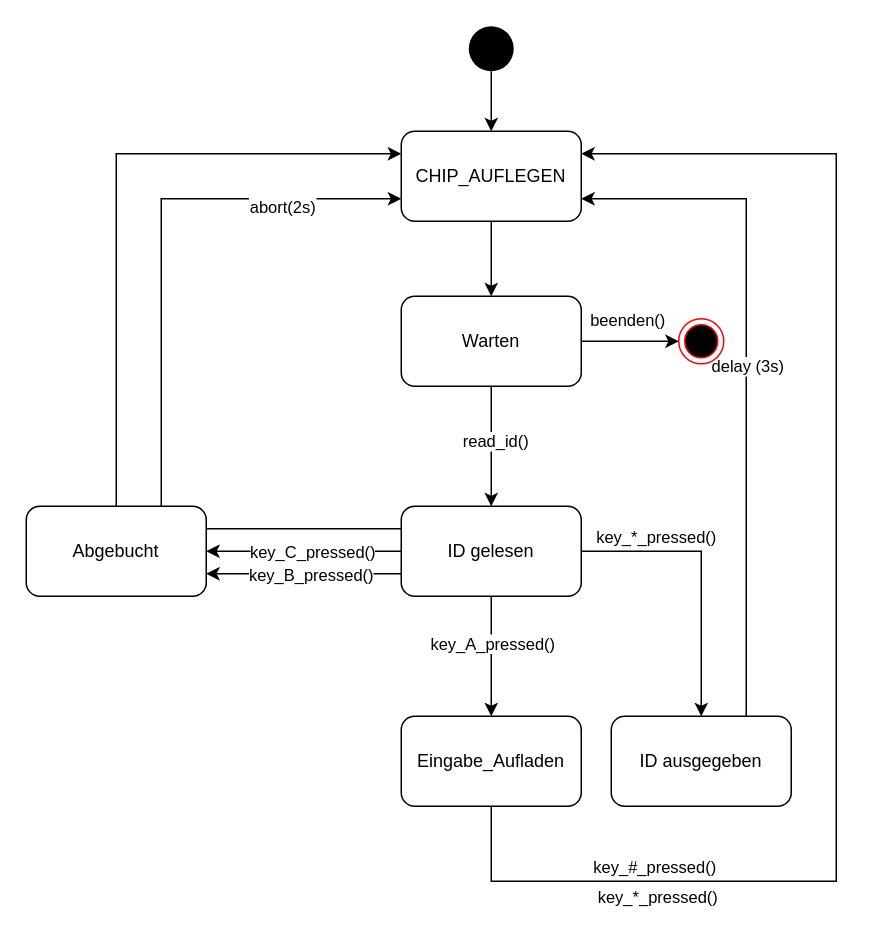
This is design/StatePattern.drawio from lukas-honold/BudeRFID, a draw.io file, before an edit. Source tidied: cells renumbered, new cells numbered last; positions are measured from the earlier drawing's top-left corner, leaving out a move shared by most shapes. Both pictures are drawn from the tidied source at 150%, with x=0, y=0 at pixel (26, 26).
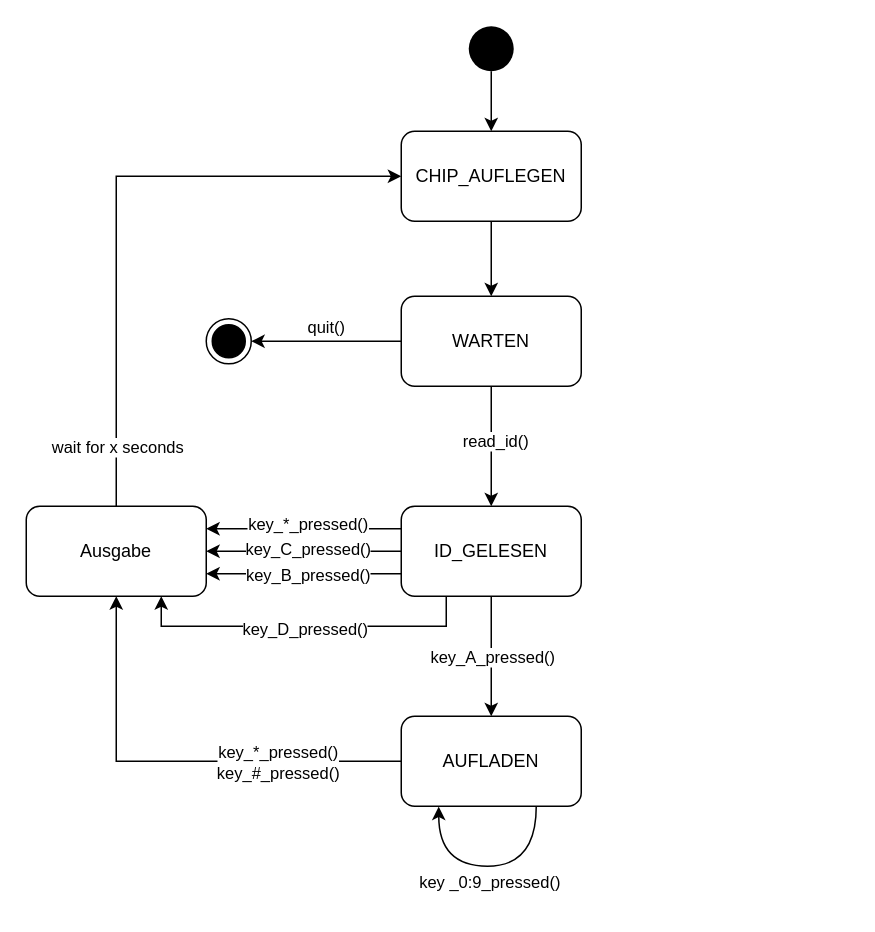
The same diagram, later.

Unchanged cells that the change refers to:
```xml
<mxCell id="11" style="edgeStyle=none;rounded=0;jettySize=auto;html=1;exitX=0.5;exitY=1;exitDx=0;exitDy=0;" parent="1" edge="1" source="19" target="22">
  <mxGeometry relative="1" as="geometry" />
</mxCell>
<mxCell id="31" value="CHIP_AUFLEGEN" style="rounded=1;whiteSpace=wrap;html=1;" parent="1" vertex="1">
  <mxGeometry x="250" y="70" width="120" height="60" as="geometry" />
</mxCell>
```

Diff of the diagram source:
```diff
@@
-    <mxCell id="4" style="edgeStyle=none;rounded=0;jettySize=auto;html=1;exitX=1;exitY=0.5;exitDx=0;exitDy=0;entryX=0.5;entryY=0;entryDx=0;entryDy=0;" parent="1" edge="1" source="19" target="25">
-      <mxGeometry relative="1" as="geometry">
-        <Array as="points">
-          <mxPoint x="450" y="350" />
-        </Array>
-      </mxGeometry>
+    <mxCell id="4" style="edgeStyle=none;rounded=0;jettySize=auto;html=1;exitX=0;exitY=0.25;exitDx=0;exitDy=0;entryX=1;entryY=0.25;entryDx=0;entryDy=0;" parent="1" edge="1" source="19" target="38">
+      <mxGeometry relative="1" as="geometry" />
     </mxCell>
     <mxCell id="5" value="key_*_pressed()" style="edgeLabel;html=1;align=center;verticalAlign=middle;" parent="4" vertex="1">
       <mxGeometry x="-0.27" y="-1" relative="1" as="geometry">
-        <mxPoint x="-19.7" y="-11" as="offset" />
+        <mxPoint x="-15.5" y="-3" as="offset" />
       </mxGeometry>
     </mxCell>
-    <mxCell id="6" style="edgeStyle=none;rounded=0;jettySize=auto;html=1;exitX=1;exitY=0.5;exitDx=0;exitDy=0;entryX=0;entryY=0.5;entryDx=0;entryDy=0;" parent="1" edge="1" source="8" target="28">
-      <mxGeometry relative="1" as="geometry">
-        <Array as="points">
-          <mxPoint x="420" y="210" />
-        </Array>
-      </mxGeometry>
+    <mxCell id="6" style="edgeStyle=none;rounded=0;jettySize=auto;html=1;exitX=0;exitY=0.5;exitDx=0;exitDy=0;entryX=1;entryY=0.5;entryDx=0;entryDy=0;" parent="1" edge="1" source="8" target="37">
+      <mxGeometry relative="1" as="geometry" />
     </mxCell>
-    <mxCell id="7" value="beenden()" style="edgeLabel;html=1;align=center;verticalAlign=middle;" parent="6" vertex="1">
+    <mxCell id="7" value="quit()" style="edgeLabel;html=1;align=center;verticalAlign=middle;" parent="6" vertex="1">
       <mxGeometry x="-0.29" y="1" relative="1" as="geometry">
-        <mxPoint x="7.1" y="-14" as="offset" />
+        <mxPoint x="-14.6" y="-11" as="offset" />
       </mxGeometry>
     </mxCell>
-    <mxCell id="8" value="Warten" style="rounded=1;whiteSpace=wrap;html=1;" parent="1" vertex="1">
+    <mxCell id="8" value="WARTEN" style="rounded=1;whiteSpace=wrap;html=1;" parent="1" vertex="1">
       <mxGeometry x="250" y="180" width="120" height="60" as="geometry" />
     </mxCell>
@@
     <mxCell id="12" value="key_A_pressed()" style="edgeLabel;html=1;align=center;verticalAlign=middle;" parent="11" vertex="1">
       <mxGeometry x="-0.23" y="1" relative="1" as="geometry">
-        <mxPoint x="-1" as="offset" />
+        <mxPoint x="-1" y="9" as="offset" />
       </mxGeometry>
     </mxCell>
-    <mxCell id="13" style="edgeStyle=none;rounded=0;jettySize=auto;html=1;exitX=0;exitY=0.25;exitDx=0;exitDy=0;entryX=0;entryY=0.75;entryDx=0;entryDy=0;" parent="1" edge="1" source="19" target="31">
+    <mxCell id="13" style="edgeStyle=none;rounded=0;jettySize=auto;html=1;exitX=0.5;exitY=0;exitDx=0;exitDy=0;entryX=0;entryY=0.5;entryDx=0;entryDy=0;" parent="1" edge="1" source="38" target="31">
       <mxGeometry relative="1" as="geometry">
         <Array as="points">
-          <mxPoint x="90" y="335" />
-          <mxPoint x="90" y="115" />
+          <mxPoint x="60" y="100" />
         </Array>
       </mxGeometry>
     </mxCell>
-    <mxCell id="14" value="abort(2s)" style="edgeLabel;html=1;align=center;verticalAlign=middle;" parent="13" vertex="1">
+    <mxCell id="14" value="wait for x seconds" style="edgeLabel;html=1;align=center;verticalAlign=middle;" parent="13" vertex="1">
       <mxGeometry x="0.22" y="2" relative="1" as="geometry">
-        <mxPoint x="82" y="-46" as="offset" />
+        <mxPoint x="-29.4" y="182" as="offset" />
       </mxGeometry>
     </mxCell>
-    <mxCell id="15" style="edgeStyle=none;rounded=0;jettySize=auto;html=1;exitX=0;exitY=0.75;exitDx=0;exitDy=0;entryX=1;entryY=0.75;entryDx=0;entryDy=0;" parent="1" edge="1" source="19" target="27">
-      <mxGeometry relative="1" as="geometry" />
+    <mxCell id="15" style="edgeStyle=none;rounded=0;jettySize=auto;html=1;exitX=0;exitY=0.75;exitDx=0;exitDy=0;entryX=1;entryY=0.75;entryDx=0;entryDy=0;" parent="1" edge="1" source="19">
+      <mxGeometry relative="1" as="geometry">
+        <mxPoint x="120" y="365" as="targetPoint" />
+      </mxGeometry>
     </mxCell>
     <mxCell id="16" value="key_B_pressed()" style="edgeLabel;html=1;align=center;verticalAlign=middle;" parent="15" vertex="1">
       <mxGeometry x="0.14" relative="1" as="geometry">
-        <mxPoint x="13.8" as="offset" />
+        <mxPoint x="11.8" as="offset" />
       </mxGeometry>
     </mxCell>
-    <mxCell id="17" style="edgeStyle=none;rounded=0;jettySize=auto;html=1;exitX=0;exitY=0.5;exitDx=0;exitDy=0;entryX=1;entryY=0.5;entryDx=0;entryDy=0;" parent="1" edge="1" source="19" target="27">
-      <mxGeometry relative="1" as="geometry" />
+    <mxCell id="17" style="edgeStyle=none;rounded=0;jettySize=auto;html=1;exitX=0;exitY=0.5;exitDx=0;exitDy=0;entryX=1;entryY=0.5;entryDx=0;entryDy=0;" parent="1" edge="1" source="19">
+      <mxGeometry relative="1" as="geometry">
+        <mxPoint x="120" y="350" as="targetPoint" />
+      </mxGeometry>
     </mxCell>
     <mxCell id="18" value="key_C_pressed()" style="edgeLabel;html=1;align=center;verticalAlign=middle;" parent="17" vertex="1">
       <mxGeometry x="0.25" y="1" relative="1" as="geometry">
-        <mxPoint x="21.4" y="-1" as="offset" />
+        <mxPoint x="18.4" y="-3" as="offset" />
       </mxGeometry>
     </mxCell>
+    <mxCell id="32" style="edgeStyle=orthogonalEdgeStyle;rounded=0;jettySize=auto;html=1;exitX=0.25;exitY=1;exitDx=0;exitDy=0;entryX=0.75;entryY=1;entryDx=0;entryDy=0;" parent="1" edge="1" source="19" target="38">
+      <mxGeometry relative="1" as="geometry">
+        <Array as="points">
+          <mxPoint x="280" y="400" />
+          <mxPoint x="90" y="400" />
+        </Array>
+      </mxGeometry>
+    </mxCell>
+    <mxCell id="33" value="key_D_pressed()" style="edgeLabel;html=1;align=center;verticalAlign=middle;" parent="32" vertex="1">
+      <mxGeometry x="0.14" y="1" relative="1" as="geometry">
+        <mxPoint x="16.3" as="offset" />
+      </mxGeometry>
+    </mxCell>
-    <mxCell id="19" value="ID gelesen" style="rounded=1;whiteSpace=wrap;html=1;" parent="1" vertex="1">
+    <mxCell id="19" value="ID_GELESEN" style="rounded=1;whiteSpace=wrap;html=1;" parent="1" vertex="1">
       <mxGeometry x="250" y="320" width="120" height="60" as="geometry" />
     </mxCell>
-    <mxCell id="20" style="edgeStyle=none;rounded=0;jettySize=auto;html=1;exitX=0.5;exitY=1;exitDx=0;exitDy=0;entryX=1;entryY=0.25;entryDx=0;entryDy=0;" parent="1" edge="1" source="22" target="31">
-      <mxGeometry relative="1" as="geometry">
-        <Array as="points">
-          <mxPoint x="310" y="570" />
-          <mxPoint x="540" y="570" />
-          <mxPoint x="540" y="85" />
-        </Array>
-      </mxGeometry>
-    </mxCell>
-    <mxCell id="21" value="key_#_pressed()" style="edgeLabel;html=1;align=center;verticalAlign=middle;" parent="20" vertex="1">
-      <mxGeometry x="-0.55" y="1" relative="1" as="geometry">
-        <mxPoint x="-52" y="-9" as="offset" />
-      </mxGeometry>
-    </mxCell>
+    <mxCell id="34" style="edgeStyle=none;rounded=0;jettySize=auto;html=1;exitX=0;exitY=0.5;exitDx=0;exitDy=0;entryX=0.5;entryY=1;entryDx=0;entryDy=0;" parent="1" edge="1" source="22" target="38">
+      <mxGeometry relative="1" as="geometry">
+        <Array as="points">
+          <mxPoint x="60" y="490" />
+        </Array>
+      </mxGeometry>
+    </mxCell>
+    <mxCell id="35" style="edgeStyle=orthogonalEdgeStyle;rounded=0;jettySize=auto;html=1;exitX=0.75;exitY=1;exitDx=0;exitDy=0;elbow=vertical;curved=1;" parent="1" edge="1" source="22">
+      <mxGeometry relative="1" as="geometry">
+        <mxPoint x="275" y="520.2" as="targetPoint" />
+        <Array as="points">
+          <mxPoint x="340" y="560" />
+          <mxPoint x="275" y="560" />
+        </Array>
+      </mxGeometry>
+    </mxCell>
+    <mxCell id="36" value="key _0:9_pressed()" style="edgeLabel;html=1;align=center;verticalAlign=middle;" parent="35" vertex="1">
+      <mxGeometry x="-0.08" y="-1" relative="1" as="geometry">
+        <mxPoint x="-4.8" y="11" as="offset" />
+      </mxGeometry>
+    </mxCell>
-    <mxCell id="22" value="Eingabe_Aufladen" style="rounded=1;whiteSpace=wrap;html=1;" parent="1" vertex="1">
+    <mxCell id="22" value="AUFLADEN" style="rounded=1;whiteSpace=wrap;html=1;" parent="1" vertex="1">
       <mxGeometry x="250" y="460" width="120" height="60" as="geometry" />
     </mxCell>
-    <mxCell id="23" style="edgeStyle=none;rounded=0;jettySize=auto;html=1;exitX=0.75;exitY=0;exitDx=0;exitDy=0;entryX=1;entryY=0.75;entryDx=0;entryDy=0;" parent="1" edge="1" source="25" target="31">
-      <mxGeometry relative="1" as="geometry">
-        <Array as="points">
-          <mxPoint x="480" y="115" />
-        </Array>
-      </mxGeometry>
-    </mxCell>
-    <mxCell id="24" value="delay (3s)" style="edgeLabel;html=1;align=center;verticalAlign=middle;" parent="23" vertex="1">
-      <mxGeometry x="0.35" y="-3" relative="1" as="geometry">
-        <mxPoint x="-3" y="73.1" as="offset" />
-      </mxGeometry>
-    </mxCell>
-    <mxCell id="25" value="ID ausgegeben" style="rounded=1;whiteSpace=wrap;html=1;" parent="1" vertex="1">
-      <mxGeometry x="390" y="460" width="120" height="60" as="geometry" />
-    </mxCell>
-    <mxCell id="26" style="edgeStyle=none;rounded=0;jettySize=auto;html=1;entryX=0;entryY=0.25;entryDx=0;entryDy=0;exitX=0.5;exitY=0;exitDx=0;exitDy=0;" parent="1" edge="1" source="27" target="31">
-      <mxGeometry relative="1" as="geometry">
-        <Array as="points">
-          <mxPoint x="60" y="85" />
-        </Array>
-      </mxGeometry>
-    </mxCell>
-    <mxCell id="27" value="Abgebucht" style="rounded=1;whiteSpace=wrap;html=1;" parent="1" vertex="1">
-      <mxGeometry y="320" width="120" height="60" as="geometry" />
-    </mxCell>
-    <mxCell id="28" style="ellipse;html=1;shape=endState;fillColor=#000000;strokeColor=#ff0000;" parent="1" vertex="1">
-      <mxGeometry x="435" y="195" width="30" height="30" as="geometry" />
-    </mxCell>
-    <mxCell id="29" value="key_*_pressed()" style="edgeLabel;html=1;align=center;verticalAlign=middle;" parent="1" vertex="1">
-      <mxGeometry x="420" y="580" as="geometry" />
+    <mxCell id="29" value="key_*_pressed()&lt;br&gt;key_#_pressed()" style="edgeLabel;html=1;align=center;verticalAlign=middle;" parent="1" vertex="1">
+      <mxGeometry x="167" y="490" as="geometry" />
     </mxCell>
@@
+    <mxCell id="37" style="ellipse;html=1;shape=endState;fillColor=#000000;strokeColor=#000000;" parent="1" vertex="1">
+      <mxGeometry x="120" y="195" width="30" height="30" as="geometry" />
+    </mxCell>
+    <mxCell id="38" value="Ausgabe" style="rounded=1;whiteSpace=wrap;html=1;" parent="1" vertex="1">
+      <mxGeometry y="320" width="120" height="60" as="geometry" />
+    </mxCell>
```
